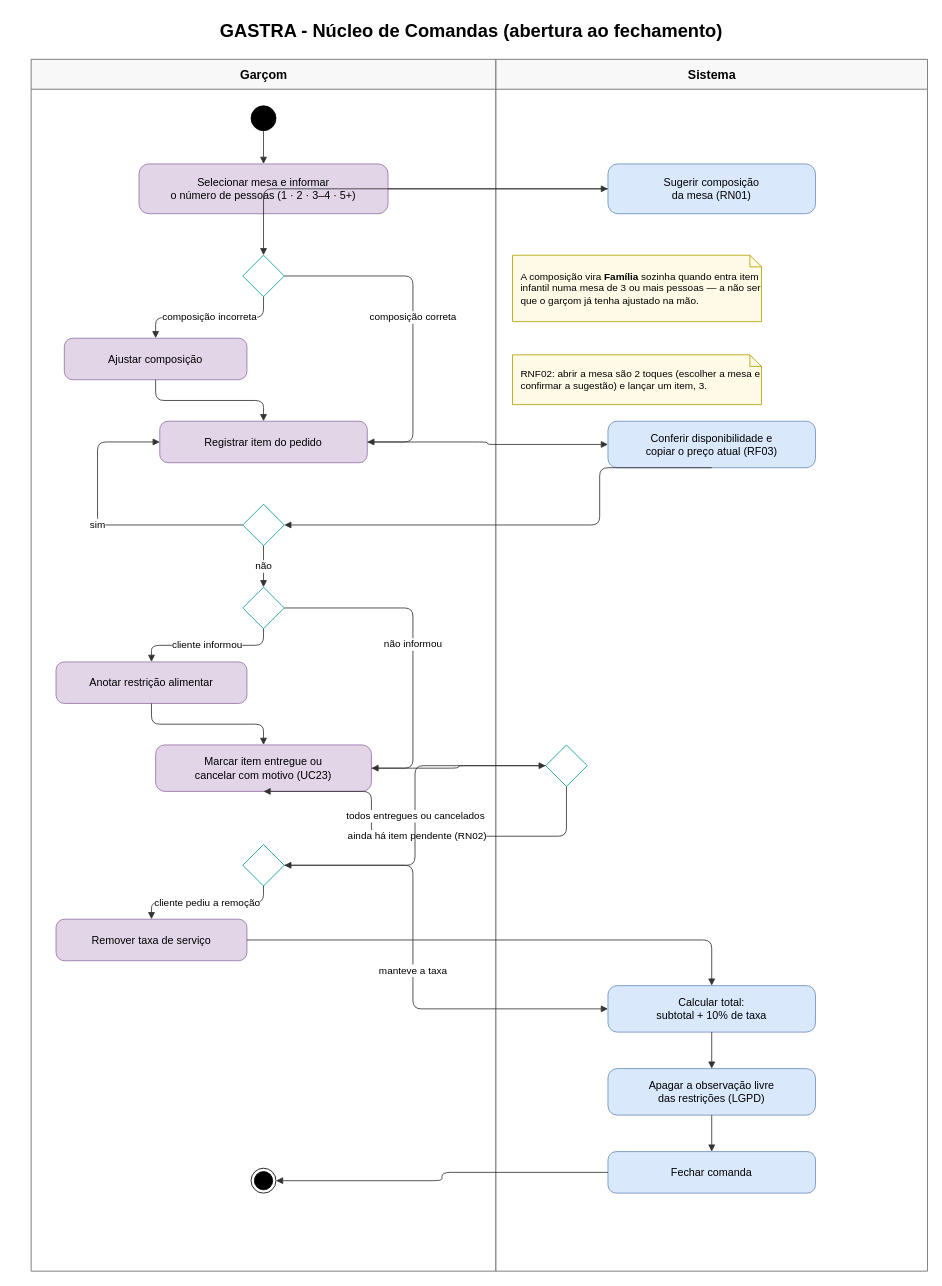
Before: docs/diagramas/_fontes/GASTRA_Atividade_NucleoComandas.drawio in danih-vb/gastra-tg, a draw.io diagram. Source tidied: cells renumbered, new cells numbered last; positions are measured from the earlier drawing's top-left corner, leaving out a move shared by most shapes. Both pictures are drawn from the tidied source at 83%, with x=0, y=0 at pixel (14, 14).
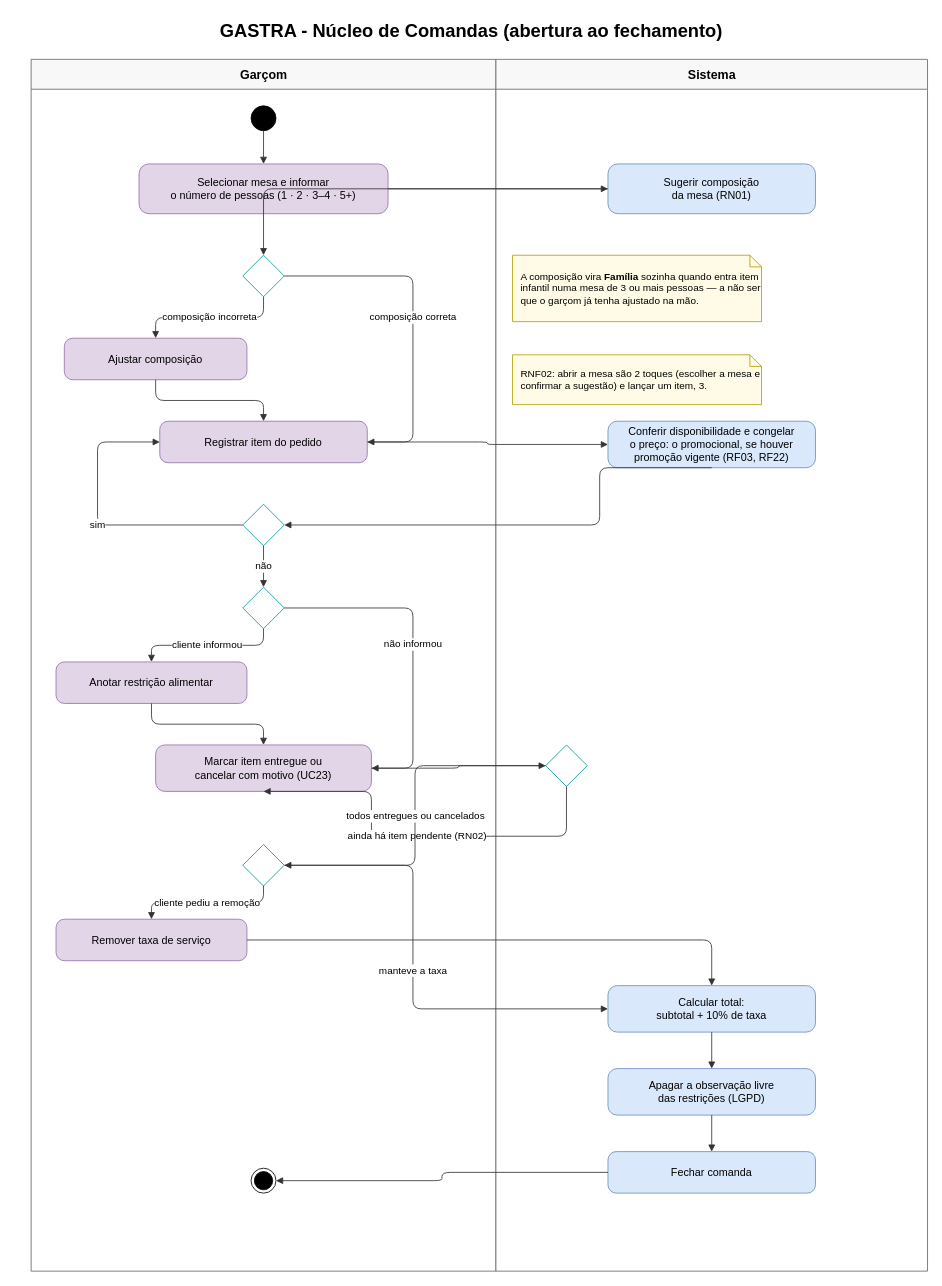
The same page after the edit.

Commit message (it also covers changes not shown here):
docs: sequência, atividade e matriz de rastreabilidade conferidas (#193, #194, #197)

The edit, as a diff of the source:
```diff
@@
-    <mxCell id="11" value="Conferir disponibilidade e&lt;br&gt;copiar o preço atual (RF03)" style="rounded=1;arcSize=20;whiteSpace=wrap;html=1;fillColor=#dae8fc;strokeColor=#6c8ebf;fontSize=13;" parent="1" vertex="1">
+    <mxCell id="11" value="Conferir disponibilidade e congelar&lt;br&gt;o preço: o promocional, se houver&lt;br&gt;promoção vigente (RF03, RF22)" style="rounded=1;arcSize=20;whiteSpace=wrap;html=1;fillColor=#dae8fc;strokeColor=#6c8ebf;fontSize=13;" parent="1" vertex="1">
       <mxGeometry x="715" y="490" width="250" height="56" as="geometry" />
     </mxCell>
```
